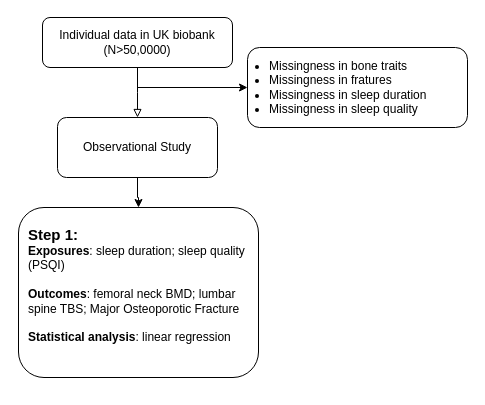
xphe29/Sleep_and_Bone keeps this draw.io diagram as Flowchart_sleep_bone.drawio. Above is the earlier version. Source tidied: cells renumbered, new cells numbered last; positions are measured from the earlier drawing's top-left corner, leaving out a move shared by most shapes. Both pictures are drawn from the tidied source at 100%, with x=0, y=0 at pixel (18, 17).
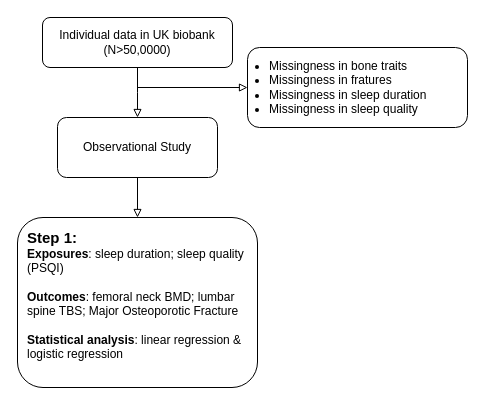
The same page after the edit.

The edit, as a diff of the source:
```diff
@@
 <mxGraphModel>
   <root>
     <mxCell id="0" />
     <mxCell id="1" parent="0" />
     <mxCell id="2" style="rounded=0;html=1;jettySize=auto;fontSize=11;endArrow=block;endFill=0;strokeWidth=1;shadow=0;labelBackgroundColor=none;edgeStyle=orthogonalEdgeStyle;" parent="1" edge="1" source="3">
       <mxGeometry relative="1" as="geometry">
         <mxPoint x="119" y="100" as="targetPoint" />
       </mxGeometry>
     </mxCell>
     <mxCell id="3" value="Individual data in UK biobank (N&amp;gt;50,0000)" style="rounded=1;whiteSpace=wrap;html=1;fontSize=12;glass=0;strokeWidth=1;shadow=0;" parent="1" vertex="1">
       <mxGeometry x="24" width="190" height="50" as="geometry" />
     </mxCell>
-    <mxCell id="4" style="edgeStyle=orthogonalEdgeStyle;rounded=0;jettySize=auto;html=1;" parent="1" edge="1" source="5" target="8">
+    <mxCell id="4" style="edgeStyle=orthogonalEdgeStyle;rounded=0;jettySize=auto;html=1;endArrow=block;endFill=0;" parent="1" edge="1" source="5" target="8">
       <mxGeometry relative="1" as="geometry" />
     </mxCell>
     <mxCell id="5" value="Observational Study" style="rounded=1;whiteSpace=wrap;html=1;" parent="1" vertex="1">
       <mxGeometry x="39" y="100" width="160" height="60" as="geometry" />
     </mxCell>
-    <mxCell id="6" style="endArrow=classic;html=1;rounded=0;" parent="1" edge="1">
+    <mxCell id="6" style="endArrow=block;html=1;rounded=0;endFill=0;" parent="1" edge="1">
       <mxGeometry relative="1" as="geometry">
         <mxPoint x="119" y="70" as="sourcePoint" />
         <mxPoint x="229" y="70" as="targetPoint" />
       </mxGeometry>
     </mxCell>
     <mxCell id="7" value="&lt;ul&gt;&lt;li&gt;Missingness in bone traits&lt;/li&gt;&lt;li&gt;Missingness in fratures&lt;/li&gt;&lt;li&gt;Missingness in sleep duration&lt;/li&gt;&lt;li&gt;Missingness in sleep quality&lt;/li&gt;&lt;/ul&gt;" style="rounded=1;whiteSpace=wrap;html=1;align=left;labelBackgroundColor=none;labelBorderColor=none;spacingLeft=-20;" parent="1" vertex="1">
       <mxGeometry x="229" y="30" width="220" height="80" as="geometry" />
     </mxCell>
-    <mxCell id="8" value="&lt;b&gt;&lt;font style=&quot;font-size: 15px;&quot;&gt;Step 1:&amp;nbsp;&lt;/font&gt;&lt;/b&gt;&lt;div&gt;&lt;b&gt;Exposures&lt;/b&gt;: sleep duration; sleep quality (PSQI)&lt;br&gt;&lt;/div&gt;&lt;div&gt;&lt;br&gt;&lt;/div&gt;&lt;div&gt;&lt;b&gt;Outcomes&lt;/b&gt;: femoral neck BMD; lumbar spine TBS; Major Osteoporotic Fracture&lt;/div&gt;&lt;div&gt;&lt;br&gt;&lt;/div&gt;&lt;div&gt;&lt;b&gt;Statistical analysis&lt;/b&gt;: linear regression&lt;/div&gt;&lt;div&gt;&lt;br&gt;&lt;/div&gt;" style="whiteSpace=wrap;html=1;rounded=1;align=left;labelPosition=center;verticalLabelPosition=middle;verticalAlign=middle;labelBackgroundColor=none;spacingLeft=0;spacing=10;" parent="1" vertex="1">
-      <mxGeometry y="190" width="240" height="170" as="geometry" />
+    <mxCell id="8" value="&lt;b&gt;&lt;font style=&quot;font-size: 15px;&quot;&gt;Step 1:&amp;nbsp;&lt;/font&gt;&lt;/b&gt;&lt;div&gt;&lt;b&gt;Exposures&lt;/b&gt;: sleep duration; sleep quality (PSQI)&lt;br&gt;&lt;/div&gt;&lt;div&gt;&lt;br&gt;&lt;/div&gt;&lt;div&gt;&lt;b&gt;Outcomes&lt;/b&gt;: femoral neck BMD; lumbar spine TBS; Major Osteoporotic Fracture&lt;/div&gt;&lt;div&gt;&lt;br&gt;&lt;/div&gt;&lt;div&gt;&lt;b&gt;Statistical analysis&lt;/b&gt;: linear regression &amp;amp; logistic regression&lt;/div&gt;&lt;div&gt;&lt;br&gt;&lt;/div&gt;" style="whiteSpace=wrap;html=1;rounded=1;align=left;labelPosition=center;verticalLabelPosition=middle;verticalAlign=middle;labelBackgroundColor=none;spacingLeft=0;spacing=10;" parent="1" vertex="1">
+      <mxGeometry x="-1" y="200" width="240" height="170" as="geometry" />
     </mxCell>
   </root>
 </mxGraphModel>
```
